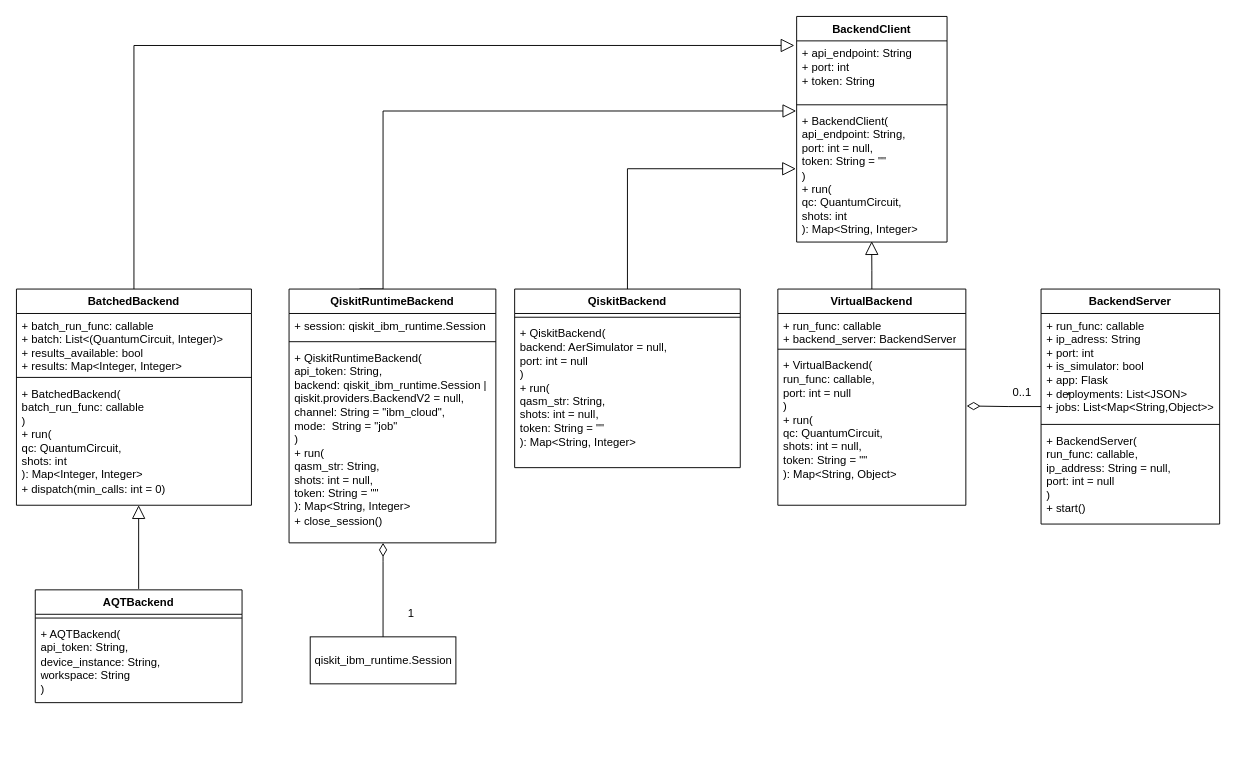
Before: documentation/class_diagrams/Backends.drawio in Jfilz001/QrispUML, a draw.io diagram. Source tidied: cells renumbered, new cells numbered last; positions are measured from the earlier drawing's top-left corner, leaving out a move shared by most shapes. Both pictures are drawn from the tidied source at 94%, with x=0, y=0 at pixel (16, 16).
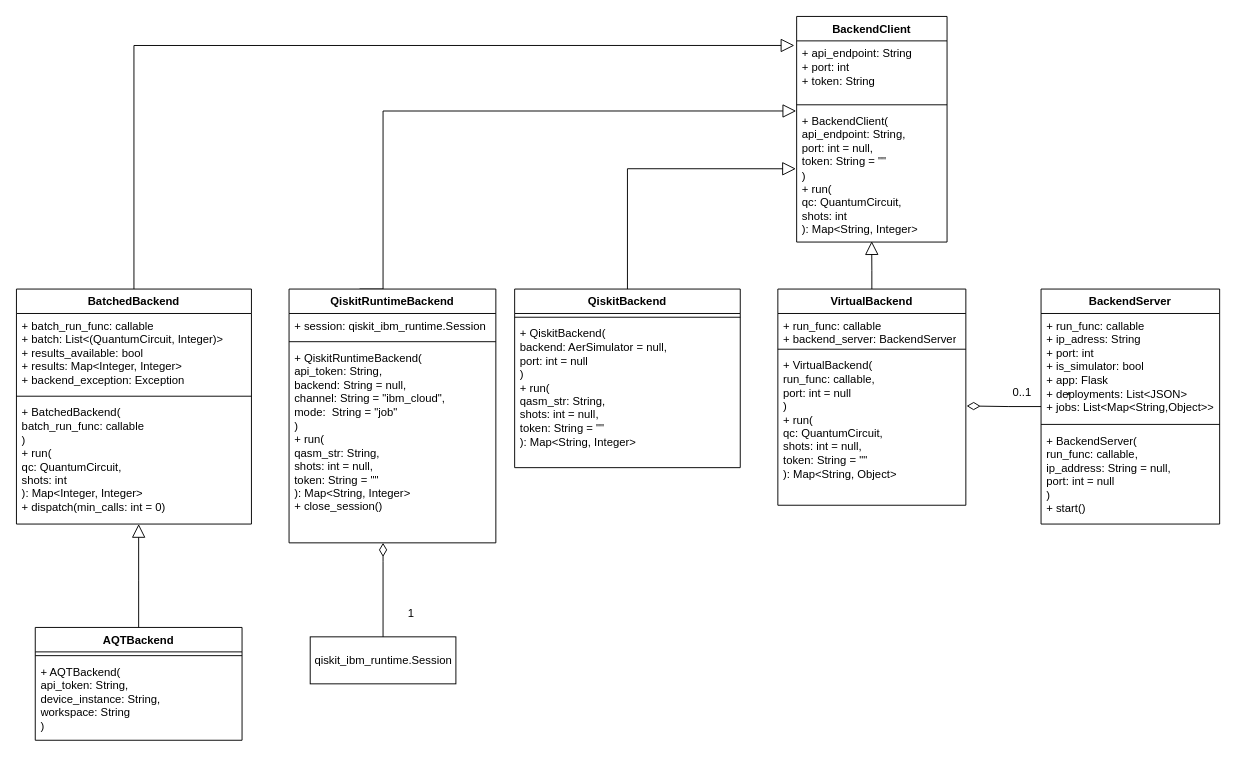
After the change.

Commit message (it also covers changes not shown here):
Updated Backends Diagram and draw.io to 0.8

The change refers to these unchanged cells:
```xml
<mxCell id="23" value="QiskitRuntimeBackend" style="swimlane;fontStyle=1;align=center;verticalAlign=top;horizontal=1;startSize=26;whiteSpace=wrap;html=1;" parent="1" vertex="1">
  <mxGeometry x="290" y="290" width="220" height="270" as="geometry" />
</mxCell>
```

Change to the diagram source:
```diff
@@
-    <mxCell id="26" value="+ QiskitRuntimeBackend(&lt;div&gt;api_token: String,&lt;/div&gt;&lt;div&gt;&lt;font face=&quot;Helvetica&quot;&gt;backend: qiskit_ibm_runtime.Session | qiskit.providers.BackendV2 = null,&lt;/font&gt;&lt;/div&gt;&lt;div&gt;channel: String = &quot;ibm_cloud&quot;,&lt;/div&gt;&lt;div&gt;mode:&amp;nbsp; String = &quot;job&quot;&lt;br&gt;)&lt;br&gt;+ run(&lt;/div&gt;&lt;div&gt;qasm_str: String,&lt;/div&gt;&lt;div&gt;shots: int = null,&lt;/div&gt;&lt;div&gt;token: String = &quot;&quot;&lt;/div&gt;&lt;div&gt;): Map&amp;lt;String, Integer&amp;gt;&lt;/div&gt;&lt;div&gt;+ close_session()&lt;/div&gt;" style="text;strokeColor=none;fillColor=none;align=left;verticalAlign=top;spacingLeft=4;spacingRight=4;overflow=hidden;whiteSpace=wrap;html=1;" parent="23" vertex="1">
+    <mxCell id="26" value="+ QiskitRuntimeBackend(&lt;div&gt;api_token: String,&lt;/div&gt;&lt;div&gt;&lt;font face=&quot;Helvetica&quot;&gt;backend: String = null,&lt;/font&gt;&lt;/div&gt;&lt;div&gt;channel: String = &quot;ibm_cloud&quot;,&lt;/div&gt;&lt;div&gt;mode:&amp;nbsp; String = &quot;job&quot;&lt;br&gt;)&lt;br&gt;+ run(&lt;/div&gt;&lt;div&gt;qasm_str: String,&lt;/div&gt;&lt;div&gt;shots: int = null,&lt;/div&gt;&lt;div&gt;token: String = &quot;&quot;&lt;/div&gt;&lt;div&gt;): Map&amp;lt;String, Integer&amp;gt;&lt;/div&gt;&lt;div&gt;+ close_session()&lt;/div&gt;" style="text;strokeColor=none;fillColor=none;align=left;verticalAlign=top;spacingLeft=4;spacingRight=4;overflow=hidden;whiteSpace=wrap;html=1;" parent="23" vertex="1">
       <mxGeometry y="60" width="220" height="210" as="geometry" />
     </mxCell>
     <mxCell id="27" value="BatchedBackend" style="swimlane;fontStyle=1;align=center;verticalAlign=top;horizontal=1;startSize=26;whiteSpace=wrap;html=1;" parent="1" vertex="1">
-      <mxGeometry y="290" width="250" height="230" as="geometry" />
+      <mxGeometry y="290" width="250" height="250" as="geometry" />
     </mxCell>
-    <mxCell id="28" value="+ batch_run_func: callable&lt;div&gt;+ batch: List&amp;lt;(QuantumCircuit, Integer)&amp;gt;&lt;/div&gt;&lt;div&gt;+ results_available: bool&lt;/div&gt;&lt;div&gt;+ results: Map&amp;lt;Integer, Integer&amp;gt;&lt;/div&gt;" style="text;strokeColor=none;fillColor=none;align=left;verticalAlign=top;spacingLeft=4;spacingRight=4;overflow=hidden;whiteSpace=wrap;html=1;" parent="27" vertex="1">
-      <mxGeometry y="26" width="250" height="64" as="geometry" />
+    <mxCell id="28" value="+ batch_run_func: callable&lt;div&gt;+ batch: List&amp;lt;(QuantumCircuit, Integer)&amp;gt;&lt;/div&gt;&lt;div&gt;+ results_available: bool&lt;/div&gt;&lt;div&gt;+ results: Map&amp;lt;Integer, Integer&amp;gt;&lt;/div&gt;&lt;div&gt;+ backend_exception: Exception&lt;/div&gt;" style="text;strokeColor=none;fillColor=none;align=left;verticalAlign=top;spacingLeft=4;spacingRight=4;overflow=hidden;whiteSpace=wrap;html=1;" parent="27" vertex="1">
+      <mxGeometry y="26" width="250" height="84" as="geometry" />
     </mxCell>
     <mxCell id="29" style="line;strokeWidth=1;fillColor=none;align=left;verticalAlign=middle;spacingTop=-1;spacingLeft=3;spacingRight=3;labelPosition=right;strokeColor=inherit;" parent="27" vertex="1">
-      <mxGeometry y="90" width="250" height="8" as="geometry" />
+      <mxGeometry y="110" width="250" height="8" as="geometry" />
     </mxCell>
     <mxCell id="30" value="+ BatchedBackend(&lt;div&gt;batch_run_func: callable&lt;br&gt;&lt;div&gt;)&lt;/div&gt;&lt;/div&gt;&lt;div&gt;+ run(&lt;/div&gt;&lt;div&gt;qc: QuantumCircuit,&lt;/div&gt;&lt;div&gt;shots: int&lt;br&gt;): Map&amp;lt;Integer, Integer&amp;gt;&lt;/div&gt;&lt;div&gt;+ dispatch(min_calls: int = 0)&lt;/div&gt;" style="text;strokeColor=none;fillColor=none;align=left;verticalAlign=top;spacingLeft=4;spacingRight=4;overflow=hidden;whiteSpace=wrap;html=1;" parent="27" vertex="1">
-      <mxGeometry y="98" width="250" height="132" as="geometry" />
+      <mxGeometry y="118" width="250" height="132" as="geometry" />
     </mxCell>
@@
     <mxCell id="32" value="AQTBackend" style="swimlane;fontStyle=1;align=center;verticalAlign=top;horizontal=1;startSize=26;whiteSpace=wrap;html=1;" parent="1" vertex="1">
-      <mxGeometry x="20" y="610" width="220" height="120" as="geometry" />
+      <mxGeometry x="20" y="650" width="220" height="120" as="geometry" />
     </mxCell>
@@
-    <mxCell id="35" style="edgeStyle=orthogonalEdgeStyle;rounded=0;orthogonalLoop=1;jettySize=auto;html=1;exitX=0.5;exitY=0;exitDx=0;exitDy=0;endArrow=block;endFill=0;endSize=12;" parent="1" edge="1">
+    <mxCell id="35" style="edgeStyle=orthogonalEdgeStyle;rounded=0;jettySize=auto;html=1;exitX=0.5;exitY=0;exitDx=0;exitDy=0;endArrow=block;endFill=0;endSize=12;" parent="1" edge="1" source="32">
       <mxGeometry relative="1" as="geometry">
-        <mxPoint x="129.5" y="609" as="sourcePoint" />
-        <mxPoint x="130" y="520" as="targetPoint" />
-        <Array as="points">
-          <mxPoint x="129.5" y="520" />
-        </Array>
+        <mxPoint x="130" y="540" as="targetPoint" />
       </mxGeometry>
     </mxCell>
```
